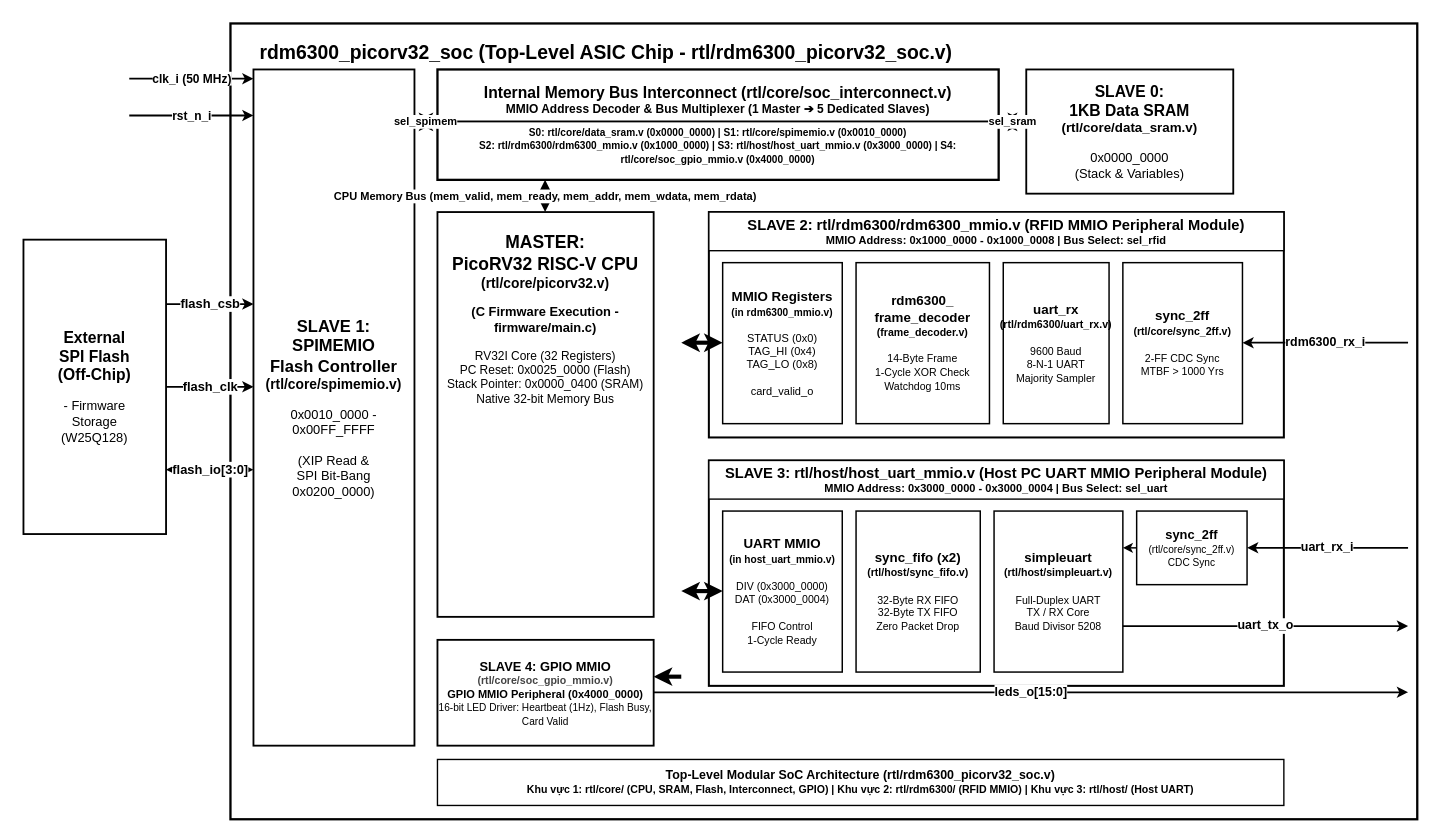
Earlier version of the draw.io diagram rdm6300-picorv32-rom-data/temp/fig1_block_diagram.drawio (thaituanhiep/uart-fifo-rfid-asic). Source tidied: cells renumbered, new cells numbered last; positions are measured from the earlier drawing's top-left corner, leaving out a move shared by most shapes. Both pictures are drawn from the tidied source at 92%, with x=0, y=0 at pixel (23, 23).
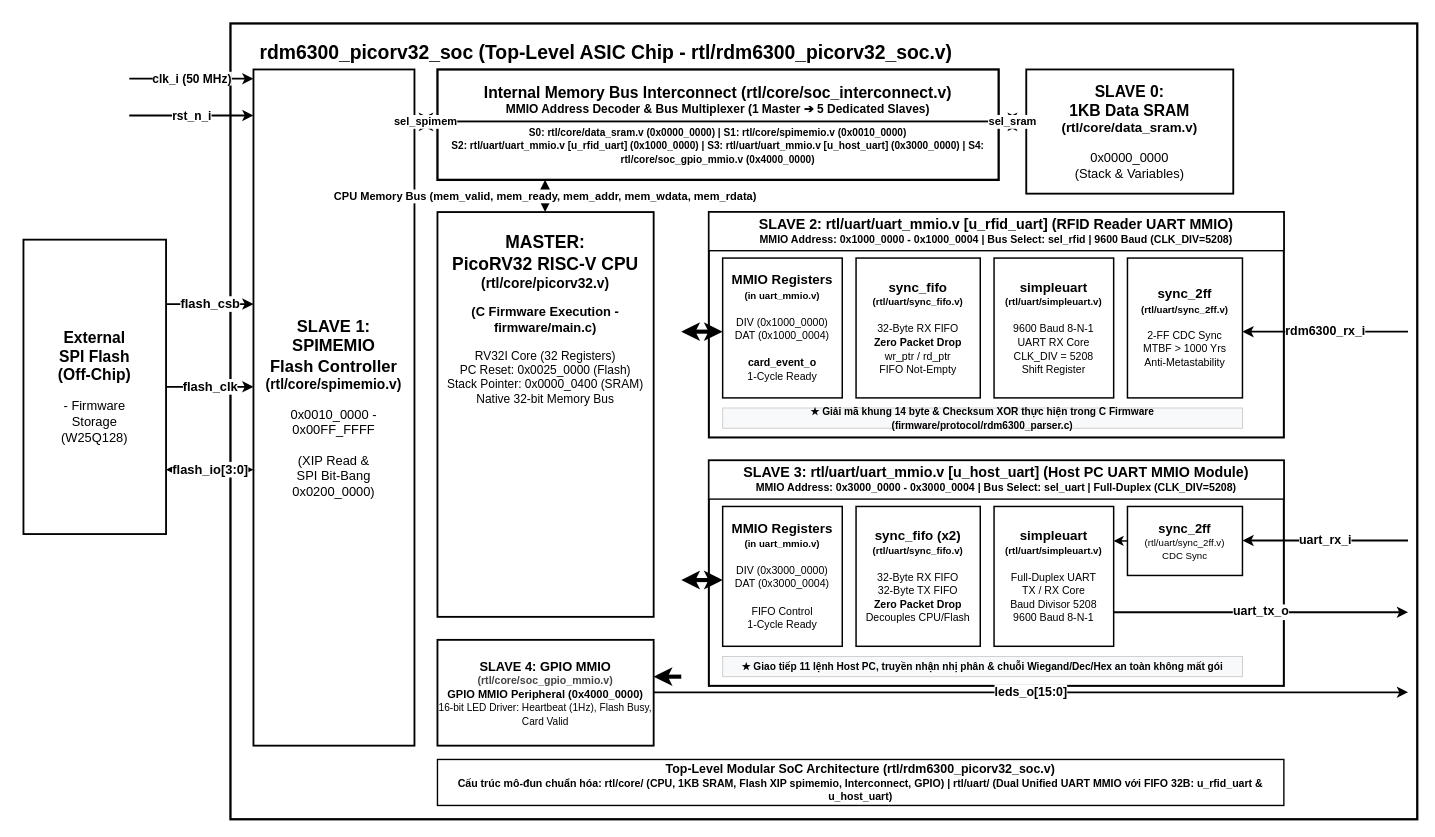
After the change.

The edit, as a diff of the source:
```diff
@@
-    <mxCell id="10" value="&lt;b style=&quot;font-size:17px;&quot;&gt;Internal Memory Bus Interconnect (rtl/core/soc_interconnect.v)&lt;/b&gt;&lt;br&gt;&lt;span style=&quot;font-size:13px;font-weight:bold;&quot;&gt;MMIO Address Decoder &amp;amp; Bus Multiplexer (1 Master ➔ 5 Dedicated Slaves)&lt;/span&gt;&lt;br&gt;&lt;hr style=&quot;border:0.5px solid #000;margin:4px 0;&quot;/&gt;&lt;span style=&quot;font-size:11px;font-weight:600;&quot;&gt;S0: rtl/core/data_sram.v (0x0000_0000) | S1: rtl/core/spimemio.v (0x0010_0000)&lt;br/&gt;S2: rtl/rdm6300/rdm6300_mmio.v (0x1000_0000) | S3: rtl/host/host_uart_mmio.v (0x3000_0000) | S4: rtl/core/soc_gpio_mmio.v (0x4000_0000)&lt;/span&gt;" style="rounded=0;whiteSpace=wrap;html=1;fillColor=#ffffff;strokeColor=#000000;strokeWidth=2.5;fontFamily=Arial,Helvetica,sans-serif;" parent="1" vertex="1">
+    <mxCell id="10" value="&lt;b style=&quot;font-size:17px;&quot;&gt;Internal Memory Bus Interconnect (rtl/core/soc_interconnect.v)&lt;/b&gt;&lt;br&gt;&lt;span style=&quot;font-size:13px;font-weight:bold;&quot;&gt;MMIO Address Decoder &amp;amp; Bus Multiplexer (1 Master ➔ 5 Dedicated Slaves)&lt;/span&gt;&lt;br&gt;&lt;hr style=&quot;border:0.5px solid #000;margin:4px 0;&quot;/&gt;&lt;span style=&quot;font-size:11px;font-weight:600;&quot;&gt;S0: rtl/core/data_sram.v (0x0000_0000) | S1: rtl/core/spimemio.v (0x0010_0000)&lt;br/&gt;S2: rtl/uart/uart_mmio.v [u_rfid_uart] (0x1000_0000) | S3: rtl/uart/uart_mmio.v [u_host_uart] (0x3000_0000) | S4: rtl/core/soc_gpio_mmio.v (0x4000_0000)&lt;/span&gt;" style="rounded=0;whiteSpace=wrap;html=1;fillColor=#ffffff;strokeColor=#000000;strokeWidth=2.5;fontFamily=Arial,Helvetica,sans-serif;" parent="1" vertex="1">
       <mxGeometry x="450" y="50" width="610" height="120" as="geometry" />
     </mxCell>
@@
-    <mxCell id="14" value="&lt;b style=&quot;font-size:16px;&quot;&gt;SLAVE 2: rtl/rdm6300/rdm6300_mmio.v (RFID MMIO Peripheral Module)&lt;/b&gt;&lt;br&gt;&lt;span style=&quot;font-size:12px;font-weight:bold;&quot;&gt;MMIO Address: 0x1000_0000 - 0x1000_0008 | Bus Select: sel_rfid&lt;/span&gt;" style="rounded=0;whiteSpace=wrap;html=1;fillColor=#ffffff;strokeColor=#000000;strokeWidth=1.5;fontFamily=Arial,Helvetica,sans-serif;" parent="1" vertex="1">
+    <mxCell id="14" value="&lt;b style=&quot;font-size:15.5px;&quot;&gt;SLAVE 2: rtl/uart/uart_mmio.v [u_rfid_uart] (RFID Reader UART MMIO)&lt;/b&gt;&lt;br&gt;&lt;span style=&quot;font-size:11.5px;font-weight:bold;&quot;&gt;MMIO Address: 0x1000_0000 - 0x1000_0004 | Bus Select: sel_rfid | 9600 Baud (CLK_DIV=5208)&lt;/span&gt;" style="rounded=0;whiteSpace=wrap;html=1;fillColor=#ffffff;strokeColor=#000000;strokeWidth=1.5;fontFamily=Arial,Helvetica,sans-serif;" parent="1" vertex="1">
       <mxGeometry x="745" y="205" width="625" height="42" as="geometry" />
     </mxCell>
-    <mxCell id="15" value="&lt;b style=&quot;font-size:14.5px;&quot;&gt;MMIO Registers&lt;/b&gt;&lt;br&gt;&lt;span style=&quot;font-size:11px;font-weight:bold;&quot;&gt;(in rdm6300_mmio.v)&lt;/span&gt;&lt;br&gt;&lt;br&gt;&lt;span style=&quot;font-size:12px;&quot;&gt;STATUS (0x0)&lt;br&gt;TAG_HI (0x4)&lt;br&gt;TAG_LO (0x8)&lt;br&gt;&lt;br&gt;card_valid_o&lt;/span&gt;" style="rounded=0;whiteSpace=wrap;html=1;fillColor=#ffffff;strokeColor=#000000;strokeWidth=1.6;fontFamily=Arial,Helvetica,sans-serif;" parent="1" vertex="1">
-      <mxGeometry x="760" y="260" width="130" height="175" as="geometry" />
+    <mxCell id="15" value="&lt;b style=&quot;font-size:14.5px;&quot;&gt;MMIO Registers&lt;/b&gt;&lt;br&gt;&lt;span style=&quot;font-size:10.5px;font-weight:bold;&quot;&gt;(in uart_mmio.v)&lt;/span&gt;&lt;br&gt;&lt;br&gt;&lt;span style=&quot;font-size:11.5px;&quot;&gt;DIV (0x1000_0000)&lt;br&gt;DAT (0x1000_0004)&lt;br&gt;&lt;br&gt;&lt;b style=&quot;color:#000;&quot;&gt;card_event_o&lt;/b&gt;&lt;br&gt;1-Cycle Ready&lt;/span&gt;" style="rounded=0;whiteSpace=wrap;html=1;fillColor=#ffffff;strokeColor=#000000;strokeWidth=1.6;fontFamily=Arial,Helvetica,sans-serif;" parent="1" vertex="1">
+      <mxGeometry x="760" y="255" width="130" height="152" as="geometry" />
     </mxCell>
-    <mxCell id="16" value="&lt;b style=&quot;font-size:14.5px;&quot;&gt;rdm6300_&lt;br&gt;frame_decoder&lt;/b&gt;&lt;br&gt;&lt;b style=&quot;font-size:11.5px;&quot;&gt;(frame_decoder.v)&lt;/b&gt;&lt;br&gt;&lt;br&gt;&lt;span style=&quot;font-size:11.5px;&quot;&gt;14-Byte Frame&lt;br&gt;1-Cycle XOR Check&lt;br&gt;Watchdog 10ms&lt;/span&gt;" style="rounded=0;whiteSpace=wrap;html=1;fillColor=#ffffff;strokeColor=#000000;strokeWidth=1.6;fontFamily=Arial,Helvetica,sans-serif;" parent="1" vertex="1">
-      <mxGeometry x="905" y="260" width="145" height="175" as="geometry" />
-    </mxCell>
-    <mxCell id="17" value="&lt;b style=&quot;font-size:14.5px;&quot;&gt;uart_rx&lt;/b&gt;&lt;br&gt;&lt;b style=&quot;font-size:11.5px;&quot;&gt;(rtl/rdm6300/uart_rx.v)&lt;/b&gt;&lt;br&gt;&lt;br&gt;&lt;span style=&quot;font-size:11.5px;&quot;&gt;9600 Baud&lt;br&gt;8-N-1 UART&lt;br&gt;Majority Sampler&lt;/span&gt;" style="rounded=0;whiteSpace=wrap;html=1;fillColor=#ffffff;strokeColor=#000000;strokeWidth=1.6;fontFamily=Arial,Helvetica,sans-serif;" parent="1" vertex="1">
-      <mxGeometry x="1065" y="260" width="115" height="175" as="geometry" />
-    </mxCell>
+    <mxCell id="43" value="&lt;b style=&quot;font-size:14.5px;&quot;&gt;sync_fifo&lt;/b&gt;&lt;br&gt;&lt;b style=&quot;font-size:10.5px;&quot;&gt;(rtl/uart/sync_fifo.v)&lt;/b&gt;&lt;br&gt;&lt;br&gt;&lt;span style=&quot;font-size:11.5px;&quot;&gt;32-Byte RX FIFO&lt;br&gt;&lt;b&gt;Zero Packet Drop&lt;/b&gt;&lt;br&gt;wr_ptr / rd_ptr&lt;br&gt;FIFO Not-Empty&lt;/span&gt;" style="rounded=0;whiteSpace=wrap;html=1;fillColor=#ffffff;strokeColor=#000000;strokeWidth=1.6;fontFamily=Arial,Helvetica,sans-serif;" parent="1" vertex="1">
+      <mxGeometry x="905" y="255" width="135" height="152" as="geometry" />
+    </mxCell>
+    <mxCell id="44" value="&lt;b style=&quot;font-size:14.5px;&quot;&gt;simpleuart&lt;/b&gt;&lt;br&gt;&lt;b style=&quot;font-size:10.5px;&quot;&gt;(rtl/uart/simpleuart.v)&lt;/b&gt;&lt;br&gt;&lt;br&gt;&lt;span style=&quot;font-size:11.5px;&quot;&gt;9600 Baud 8-N-1&lt;br&gt;UART RX Core&lt;br&gt;CLK_DIV = 5208&lt;br&gt;Shift Register&lt;/span&gt;" style="rounded=0;whiteSpace=wrap;html=1;fillColor=#ffffff;strokeColor=#000000;strokeWidth=1.6;fontFamily=Arial,Helvetica,sans-serif;" parent="1" vertex="1">
+      <mxGeometry x="1055" y="255" width="130" height="152" as="geometry" />
+    </mxCell>
-    <mxCell id="18" value="&lt;b style=&quot;font-size:14.5px;&quot;&gt;sync_2ff&lt;/b&gt;&lt;br&gt;&lt;b style=&quot;font-size:11.5px;&quot;&gt;(rtl/core/sync_2ff.v)&lt;/b&gt;&lt;br&gt;&lt;br&gt;&lt;span style=&quot;font-size:11.5px;&quot;&gt;2-FF CDC Sync&lt;br&gt;MTBF &gt; 1000 Yrs&lt;/span&gt;" style="rounded=0;whiteSpace=wrap;html=1;fillColor=#ffffff;strokeColor=#000000;strokeWidth=1.6;fontFamily=Arial,Helvetica,sans-serif;" parent="1" vertex="1">
-      <mxGeometry x="1195" y="260" width="130" height="175" as="geometry" />
+    <mxCell id="18" value="&lt;b style=&quot;font-size:14.5px;&quot;&gt;sync_2ff&lt;/b&gt;&lt;br&gt;&lt;b style=&quot;font-size:10.5px;&quot;&gt;(rtl/uart/sync_2ff.v)&lt;/b&gt;&lt;br&gt;&lt;br&gt;&lt;span style=&quot;font-size:11.5px;&quot;&gt;2-FF CDC Sync&lt;br&gt;MTBF &gt; 1000 Yrs&lt;br&gt;Anti-Metastability&lt;/span&gt;" style="rounded=0;whiteSpace=wrap;html=1;fillColor=#ffffff;strokeColor=#000000;strokeWidth=1.6;fontFamily=Arial,Helvetica,sans-serif;" parent="1" vertex="1">
+      <mxGeometry x="1200" y="255" width="125" height="152" as="geometry" />
     </mxCell>
+    <mxCell id="45" value="&lt;span style=&quot;font-size:11px;font-weight:bold;&quot;&gt;★ Giải mã khung 14 byte &amp;amp; Checksum XOR thực hiện trong C Firmware (firmware/protocol/rdm6300_parser.c)&lt;/span&gt;" style="rounded=0;whiteSpace=wrap;html=1;fillColor=#f8f9fa;strokeColor=#cccccc;strokeWidth=1;fontFamily=Arial,Helvetica,sans-serif;" parent="1" vertex="1">
+      <mxGeometry x="760" y="418" width="565" height="22" as="geometry" />
+    </mxCell>
     <mxCell id="19" value="rdm6300_rx_i" style="edgeStyle=orthogonalEdgeStyle;rounded=0;html=1;strokeWidth=2;strokeColor=#000000;endArrow=classic;endFill=1;fontSize=13.5;fontStyle=1;labelBackgroundColor=#ffffff;" parent="1" edge="1">
       <mxGeometry relative="1" as="geometry">
-        <mxPoint x="1505" y="347" as="sourcePoint" />
-        <mxPoint x="1325" y="347" as="targetPoint" />
+        <mxPoint x="1505" y="335" as="sourcePoint" />
+        <mxPoint x="1325" y="335" as="targetPoint" />
       </mxGeometry>
     </mxCell>
-    <mxCell id="20" style="edgeStyle=orthogonalEdgeStyle;rounded=0;html=1;strokeWidth=1.6;strokeColor=#000000;endArrow=classic;endFill=1;" parent="1" edge="1" source="18" target="17" />
-    <mxCell id="21" style="edgeStyle=orthogonalEdgeStyle;rounded=0;html=1;strokeWidth=1.6;strokeColor=#000000;endArrow=classic;endFill=1;" parent="1" edge="1" source="17" target="16" />
-    <mxCell id="22" style="edgeStyle=orthogonalEdgeStyle;rounded=0;html=1;strokeWidth=1.6;strokeColor=#000000;endArrow=classic;endFill=1;" parent="1" edge="1" source="16" target="15" />
+    <mxCell id="46" style="edgeStyle=orthogonalEdgeStyle;rounded=0;html=1;strokeWidth=1.6;strokeColor=#000000;endArrow=classic;endFill=1;" parent="1" edge="1" source="18" target="44" />
+    <mxCell id="47" style="edgeStyle=orthogonalEdgeStyle;rounded=0;html=1;strokeWidth=1.6;strokeColor=#000000;endArrow=classic;endFill=1;" parent="1" edge="1" source="44" target="43" />
+    <mxCell id="48" style="edgeStyle=orthogonalEdgeStyle;rounded=0;html=1;strokeWidth=1.6;strokeColor=#000000;endArrow=classic;endFill=1;" parent="1" edge="1" source="43" target="15" />
@@
-    <mxCell id="24" value="&lt;b style=&quot;font-size:16px;&quot;&gt;SLAVE 3: rtl/host/host_uart_mmio.v (Host PC UART MMIO Peripheral Module)&lt;/b&gt;&lt;br&gt;&lt;span style=&quot;font-size:12px;font-weight:bold;&quot;&gt;MMIO Address: 0x3000_0000 - 0x3000_0004 | Bus Select: sel_uart&lt;/span&gt;" style="rounded=0;whiteSpace=wrap;html=1;fillColor=#ffffff;strokeColor=#000000;strokeWidth=1.5;fontFamily=Arial,Helvetica,sans-serif;" parent="1" vertex="1">
+    <mxCell id="24" value="&lt;b style=&quot;font-size:15.5px;&quot;&gt;SLAVE 3: rtl/uart/uart_mmio.v [u_host_uart] (Host PC UART MMIO Module)&lt;/b&gt;&lt;br&gt;&lt;span style=&quot;font-size:11.5px;font-weight:bold;&quot;&gt;MMIO Address: 0x3000_0000 - 0x3000_0004 | Bus Select: sel_uart | Full-Duplex (CLK_DIV=5208)&lt;/span&gt;" style="rounded=0;whiteSpace=wrap;html=1;fillColor=#ffffff;strokeColor=#000000;strokeWidth=1.5;fontFamily=Arial,Helvetica,sans-serif;" parent="1" vertex="1">
       <mxGeometry x="745" y="475" width="625" height="42" as="geometry" />
     </mxCell>
-    <mxCell id="25" value="&lt;b style=&quot;font-size:14.5px;&quot;&gt;UART MMIO&lt;/b&gt;&lt;br&gt;&lt;span style=&quot;font-size:11px;font-weight:bold;&quot;&gt;(in host_uart_mmio.v)&lt;/span&gt;&lt;br&gt;&lt;br&gt;&lt;span style=&quot;font-size:11.5px;&quot;&gt;DIV (0x3000_0000)&lt;br&gt;DAT (0x3000_0004)&lt;br&gt;&lt;br&gt;FIFO Control&lt;br&gt;1-Cycle Ready&lt;/span&gt;" style="rounded=0;whiteSpace=wrap;html=1;fillColor=#ffffff;strokeColor=#000000;strokeWidth=1.6;fontFamily=Arial,Helvetica,sans-serif;" parent="1" vertex="1">
-      <mxGeometry x="760" y="530" width="130" height="175" as="geometry" />
+    <mxCell id="25" value="&lt;b style=&quot;font-size:14.5px;&quot;&gt;MMIO Registers&lt;/b&gt;&lt;br&gt;&lt;span style=&quot;font-size:10.5px;font-weight:bold;&quot;&gt;(in uart_mmio.v)&lt;/span&gt;&lt;br&gt;&lt;br&gt;&lt;span style=&quot;font-size:11.5px;&quot;&gt;DIV (0x3000_0000)&lt;br&gt;DAT (0x3000_0004)&lt;br&gt;&lt;br&gt;FIFO Control&lt;br&gt;1-Cycle Ready&lt;/span&gt;" style="rounded=0;whiteSpace=wrap;html=1;fillColor=#ffffff;strokeColor=#000000;strokeWidth=1.6;fontFamily=Arial,Helvetica,sans-serif;" parent="1" vertex="1">
+      <mxGeometry x="760" y="525" width="130" height="152" as="geometry" />
     </mxCell>
-    <mxCell id="26" value="&lt;b style=&quot;font-size:14.5px;&quot;&gt;sync_fifo (x2)&lt;/b&gt;&lt;br&gt;&lt;b style=&quot;font-size:11.5px;&quot;&gt;(rtl/host/sync_fifo.v)&lt;/b&gt;&lt;br&gt;&lt;br&gt;&lt;span style=&quot;font-size:11.5px;&quot;&gt;32-Byte RX FIFO&lt;br&gt;32-Byte TX FIFO&lt;br&gt;Zero Packet Drop&lt;/span&gt;" style="rounded=0;whiteSpace=wrap;html=1;fillColor=#ffffff;strokeColor=#000000;strokeWidth=1.6;fontFamily=Arial,Helvetica,sans-serif;" parent="1" vertex="1">
-      <mxGeometry x="905" y="530" width="135" height="175" as="geometry" />
+    <mxCell id="26" value="&lt;b style=&quot;font-size:14.5px;&quot;&gt;sync_fifo (x2)&lt;/b&gt;&lt;br&gt;&lt;b style=&quot;font-size:10.5px;&quot;&gt;(rtl/uart/sync_fifo.v)&lt;/b&gt;&lt;br&gt;&lt;br&gt;&lt;span style=&quot;font-size:11.5px;&quot;&gt;32-Byte RX FIFO&lt;br&gt;32-Byte TX FIFO&lt;br&gt;&lt;b&gt;Zero Packet Drop&lt;/b&gt;&lt;br&gt;Decouples CPU/Flash&lt;/span&gt;" style="rounded=0;whiteSpace=wrap;html=1;fillColor=#ffffff;strokeColor=#000000;strokeWidth=1.6;fontFamily=Arial,Helvetica,sans-serif;" parent="1" vertex="1">
+      <mxGeometry x="905" y="525" width="135" height="152" as="geometry" />
     </mxCell>
-    <mxCell id="27" value="&lt;b style=&quot;font-size:14.5px;&quot;&gt;simpleuart&lt;/b&gt;&lt;br&gt;&lt;b style=&quot;font-size:11.5px;&quot;&gt;(rtl/host/simpleuart.v)&lt;/b&gt;&lt;br&gt;&lt;br&gt;&lt;span style=&quot;font-size:11.5px;&quot;&gt;Full-Duplex UART&lt;br&gt;TX / RX Core&lt;br&gt;Baud Divisor 5208&lt;/span&gt;" style="rounded=0;whiteSpace=wrap;html=1;fillColor=#ffffff;strokeColor=#000000;strokeWidth=1.6;fontFamily=Arial,Helvetica,sans-serif;" parent="1" vertex="1">
-      <mxGeometry x="1055" y="530" width="140" height="175" as="geometry" />
+    <mxCell id="27" value="&lt;b style=&quot;font-size:14.5px;&quot;&gt;simpleuart&lt;/b&gt;&lt;br&gt;&lt;b style=&quot;font-size:10.5px;&quot;&gt;(rtl/uart/simpleuart.v)&lt;/b&gt;&lt;br&gt;&lt;br&gt;&lt;span style=&quot;font-size:11.5px;&quot;&gt;Full-Duplex UART&lt;br&gt;TX / RX Core&lt;br&gt;Baud Divisor 5208&lt;br&gt;9600 Baud 8-N-1&lt;/span&gt;" style="rounded=0;whiteSpace=wrap;html=1;fillColor=#ffffff;strokeColor=#000000;strokeWidth=1.6;fontFamily=Arial,Helvetica,sans-serif;" parent="1" vertex="1">
+      <mxGeometry x="1055" y="525" width="130" height="152" as="geometry" />
     </mxCell>
-    <mxCell id="28" value="&lt;b style=&quot;font-size:14px;&quot;&gt;sync_2ff&lt;/b&gt;&lt;br&gt;&lt;span style=&quot;font-size:11px;&quot;&gt;(rtl/core/sync_2ff.v)&lt;br&gt;CDC Sync&lt;/span&gt;" style="rounded=0;whiteSpace=wrap;html=1;fillColor=#ffffff;strokeColor=#000000;strokeWidth=1.6;fontFamily=Arial,Helvetica,sans-serif;" parent="1" vertex="1">
-      <mxGeometry x="1210" y="530" width="120" height="80" as="geometry" />
+    <mxCell id="28" value="&lt;b style=&quot;font-size:14px;&quot;&gt;sync_2ff&lt;/b&gt;&lt;br&gt;&lt;span style=&quot;font-size:10.5px;&quot;&gt;(rtl/uart/sync_2ff.v)&lt;br&gt;CDC Sync&lt;/span&gt;" style="rounded=0;whiteSpace=wrap;html=1;fillColor=#ffffff;strokeColor=#000000;strokeWidth=1.6;fontFamily=Arial,Helvetica,sans-serif;" parent="1" vertex="1">
+      <mxGeometry x="1200" y="525" width="125" height="75" as="geometry" />
     </mxCell>
+    <mxCell id="49" value="&lt;span style=&quot;font-size:11px;font-weight:bold;&quot;&gt;★ Giao tiếp 11 lệnh Host PC, truyền nhận nhị phân &amp;amp; chuỗi Wiegand/Dec/Hex an toàn không mất gói&lt;/span&gt;" style="rounded=0;whiteSpace=wrap;html=1;fillColor=#f8f9fa;strokeColor=#cccccc;strokeWidth=1;fontFamily=Arial,Helvetica,sans-serif;" parent="1" vertex="1">
+      <mxGeometry x="760" y="688" width="565" height="22" as="geometry" />
+    </mxCell>
     <mxCell id="29" value="uart_rx_i" style="edgeStyle=orthogonalEdgeStyle;rounded=0;html=1;strokeWidth=2;strokeColor=#000000;endArrow=classic;endFill=1;fontSize=13.5;fontStyle=1;labelBackgroundColor=#ffffff;" parent="1" edge="1">
       <mxGeometry relative="1" as="geometry">
-        <mxPoint x="1505" y="570" as="sourcePoint" />
-        <mxPoint x="1330" y="570" as="targetPoint" />
+        <mxPoint x="1505" y="562" as="sourcePoint" />
+        <mxPoint x="1325" y="562" as="targetPoint" />
       </mxGeometry>
     </mxCell>
     <mxCell id="30" value="uart_tx_o" style="edgeStyle=orthogonalEdgeStyle;rounded=0;html=1;strokeWidth=2;strokeColor=#000000;endArrow=classic;endFill=1;fontSize=13.5;fontStyle=1;labelBackgroundColor=#ffffff;" parent="1" edge="1">
       <mxGeometry relative="1" as="geometry">
-        <mxPoint x="1195" y="655" as="sourcePoint" />
-        <mxPoint x="1505" y="655" as="targetPoint" />
+        <mxPoint x="1185" y="640" as="sourcePoint" />
+        <mxPoint x="1505" y="640" as="targetPoint" />
       </mxGeometry>
     </mxCell>
     <mxCell id="31" style="edgeStyle=orthogonalEdgeStyle;rounded=0;html=1;strokeWidth=1.6;strokeColor=#000000;endArrow=classic;endFill=1;" parent="1" edge="1" source="28" target="27">
       <mxGeometry relative="1" as="geometry">
         <Array as="points">
-          <mxPoint x="1205" y="570" />
-          <mxPoint x="1205" y="570" />
+          <mxPoint x="1200" y="562" />
+          <mxPoint x="1185" y="562" />
         </Array>
       </mxGeometry>
     </mxCell>
@@
     <mxCell id="39" style="edgeStyle=orthogonalEdgeStyle;rounded=0;html=1;strokeWidth=4.5;strokeColor=#000000;startArrow=classic;startFill=1;endArrow=classic;endFill=1;" parent="1" edge="1">
       <mxGeometry relative="1" as="geometry">
-        <mxPoint x="715" y="347" as="sourcePoint" />
-        <mxPoint x="760" y="347" as="targetPoint" />
+        <mxPoint x="715" y="335" as="sourcePoint" />
+        <mxPoint x="760" y="335" as="targetPoint" />
       </mxGeometry>
     </mxCell>
     <mxCell id="40" style="edgeStyle=orthogonalEdgeStyle;rounded=0;html=1;strokeWidth=4.5;strokeColor=#000000;startArrow=classic;startFill=1;endArrow=classic;endFill=1;" parent="1" edge="1">
       <mxGeometry relative="1" as="geometry">
-        <mxPoint x="715" y="617" as="sourcePoint" />
-        <mxPoint x="760" y="617" as="targetPoint" />
+        <mxPoint x="715" y="605" as="sourcePoint" />
+        <mxPoint x="760" y="605" as="targetPoint" />
       </mxGeometry>
     </mxCell>
@@
-    <mxCell id="42" value="&lt;b style=&quot;font-size:13.5px;&quot;&gt;Top-Level Modular SoC Architecture (rtl/rdm6300_picorv32_soc.v)&lt;/b&gt;&lt;br&gt;&lt;span style=&quot;font-size:11.5px;font-weight:600;&quot;&gt;Khu vực 1: rtl/core/ (CPU, SRAM, Flash, Interconnect, GPIO) | Khu vực 2: rtl/rdm6300/ (RFID MMIO) | Khu vực 3: rtl/host/ (Host UART)&lt;/span&gt;" style="rounded=0;whiteSpace=wrap;html=1;fillColor=#ffffff;strokeColor=#000000;strokeWidth=1.5;fontFamily=Arial,Helvetica,sans-serif;" parent="1" vertex="1">
+    <mxCell id="42" value="&lt;b style=&quot;font-size:13.5px;&quot;&gt;Top-Level Modular SoC Architecture (rtl/rdm6300_picorv32_soc.v)&lt;/b&gt;&lt;br&gt;&lt;span style=&quot;font-size:11.5px;font-weight:600;&quot;&gt;Cấu trúc mô-đun chuẩn hóa: rtl/core/ (CPU, 1KB SRAM, Flash XIP spimemio, Interconnect, GPIO) | rtl/uart/ (Dual Unified UART MMIO với FIFO 32B: u_rfid_uart &amp;amp; u_host_uart)&lt;/span&gt;" style="rounded=0;whiteSpace=wrap;html=1;fillColor=#ffffff;strokeColor=#000000;strokeWidth=1.5;fontFamily=Arial,Helvetica,sans-serif;" parent="1" vertex="1">
       <mxGeometry x="450" y="800" width="920" height="50" as="geometry" />
     </mxCell>
```
